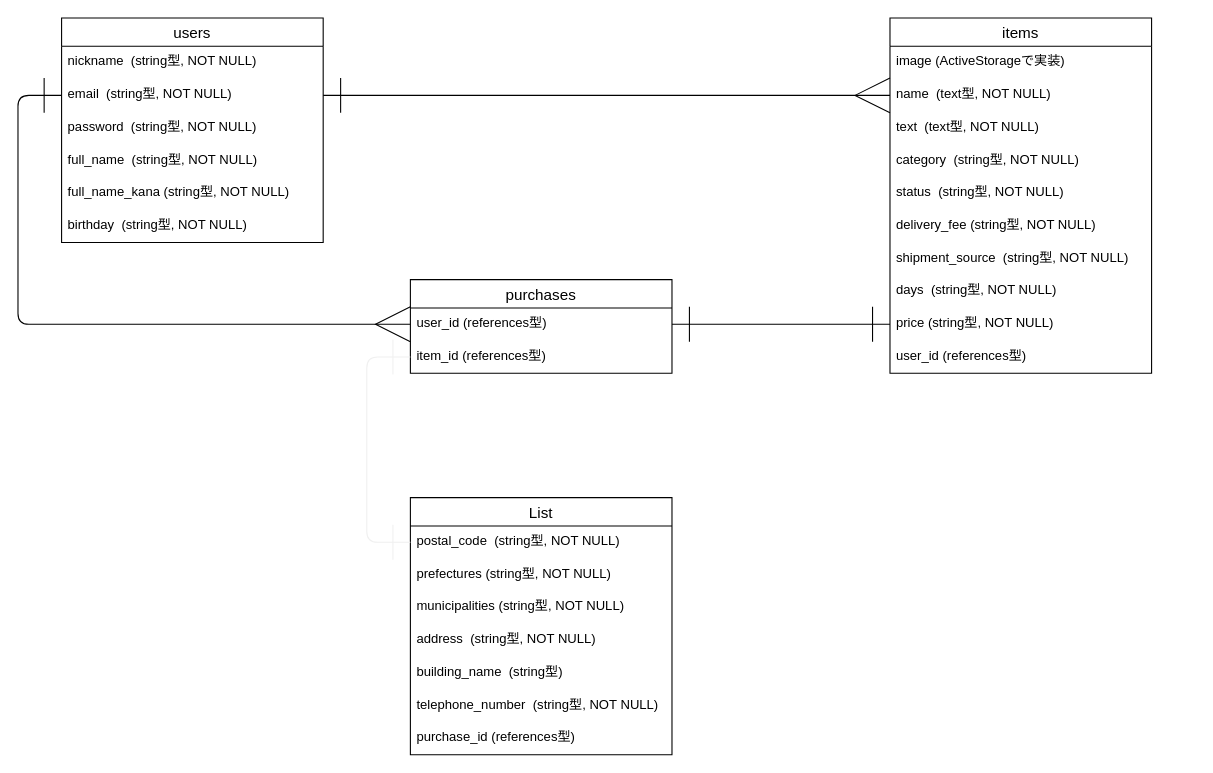
Earlier version of the draw.io diagram furima-35985.dio (kazusayahazu/furima-35985). Source tidied: cells renumbered, new cells numbered last; positions are measured from the earlier drawing's top-left corner, leaving out a move shared by most shapes. Both pictures are drawn from the tidied source at 109%, with x=0, y=0 at pixel (61, 17).
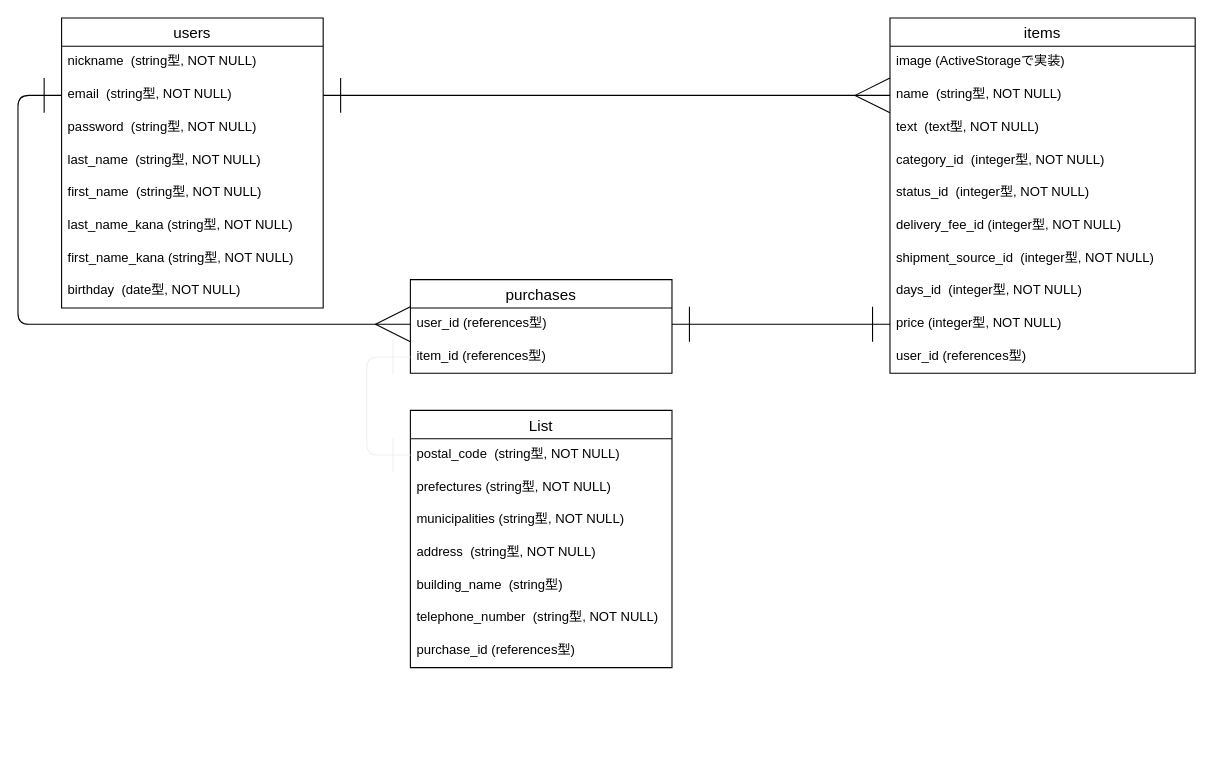
The same diagram, later.

Commit message (it also covers changes not shown here):
データベース設計（修正分）

The edit, as a diff of the source:
```diff
@@
     <mxCell id="2" value="users" style="swimlane;fontStyle=0;horizontal=1;startSize=26;align=center;fontSize=14;" parent="1" vertex="1">
-      <mxGeometry width="240" height="206" as="geometry" />
+      <mxGeometry width="240" height="266" as="geometry" />
     </mxCell>
@@
-    <mxCell id="6" value="full_name  (string型, NOT NULL)" style="text;strokeColor=none;fillColor=none;spacingLeft=4;spacingRight=4;overflow=hidden;fontSize=12;" parent="2" vertex="1">
+    <mxCell id="6" value="last_name  (string型, NOT NULL)" style="text;strokeColor=none;fillColor=none;spacingLeft=4;spacingRight=4;overflow=hidden;fontSize=12;" parent="2" vertex="1">
       <mxGeometry y="116" width="240" height="30" as="geometry" />
     </mxCell>
+    <mxCell id="35" value="first_name  (string型, NOT NULL)" style="text;strokeColor=none;fillColor=none;spacingLeft=4;spacingRight=4;overflow=hidden;fontSize=12;" parent="2" vertex="1">
+      <mxGeometry y="146" width="240" height="30" as="geometry" />
+    </mxCell>
-    <mxCell id="7" value="full_name_kana (string型, NOT NULL)" style="text;strokeColor=none;fillColor=none;spacingLeft=4;spacingRight=4;overflow=hidden;fontSize=12;" parent="2" vertex="1">
-      <mxGeometry y="146" width="240" height="30" as="geometry" />
+    <mxCell id="7" value="last_name_kana (string型, NOT NULL)" style="text;strokeColor=none;fillColor=none;spacingLeft=4;spacingRight=4;overflow=hidden;fontSize=12;" parent="2" vertex="1">
+      <mxGeometry y="176" width="240" height="30" as="geometry" />
     </mxCell>
+    <mxCell id="36" value="first_name_kana (string型, NOT NULL)" style="text;strokeColor=none;fillColor=none;spacingLeft=4;spacingRight=4;overflow=hidden;fontSize=12;" parent="2" vertex="1">
+      <mxGeometry y="206" width="240" height="30" as="geometry" />
+    </mxCell>
-    <mxCell id="8" value="birthday  (string型, NOT NULL)" style="text;strokeColor=none;fillColor=none;spacingLeft=4;spacingRight=4;overflow=hidden;fontSize=12;" parent="2" vertex="1">
-      <mxGeometry y="176" width="240" height="30" as="geometry" />
+    <mxCell id="8" value="birthday  (date型, NOT NULL)" style="text;strokeColor=none;fillColor=none;spacingLeft=4;spacingRight=4;overflow=hidden;fontSize=12;" parent="2" vertex="1">
+      <mxGeometry y="236" width="240" height="30" as="geometry" />
     </mxCell>
     <mxCell id="9" value="items" style="swimlane;fontStyle=0;horizontal=1;startSize=26;align=center;fontSize=14;" parent="1" vertex="1">
-      <mxGeometry x="760" width="240" height="326" as="geometry" />
+      <mxGeometry x="760" width="280" height="326" as="geometry" />
     </mxCell>
     <mxCell id="10" value="image (ActiveStorageで実装)" style="text;strokeColor=none;fillColor=none;spacingLeft=4;spacingRight=4;overflow=hidden;fontSize=12;" parent="9" vertex="1">
-      <mxGeometry y="26" width="240" height="30" as="geometry" />
+      <mxGeometry y="26" width="280" height="30" as="geometry" />
     </mxCell>
-    <mxCell id="11" value="name  (text型, NOT NULL)" style="text;strokeColor=none;fillColor=none;spacingLeft=4;spacingRight=4;overflow=hidden;points=[[0,0.5],[1,0.5]];portConstraint=eastwest;fontSize=12;" parent="9" vertex="1">
-      <mxGeometry y="56" width="240" height="30" as="geometry" />
+    <mxCell id="11" value="name  (string型, NOT NULL)" style="text;strokeColor=none;fillColor=none;spacingLeft=4;spacingRight=4;overflow=hidden;points=[[0,0.5],[1,0.5]];portConstraint=eastwest;fontSize=12;" parent="9" vertex="1">
+      <mxGeometry y="56" width="280" height="30" as="geometry" />
     </mxCell>
     <mxCell id="12" value="text  (text型, NOT NULL)" style="text;strokeColor=none;fillColor=none;spacingLeft=4;spacingRight=4;overflow=hidden;fontSize=12;" parent="9" vertex="1">
-      <mxGeometry y="86" width="240" height="30" as="geometry" />
+      <mxGeometry y="86" width="280" height="30" as="geometry" />
     </mxCell>
-    <mxCell id="13" value="category  (string型, NOT NULL)" style="text;strokeColor=none;fillColor=none;spacingLeft=4;spacingRight=4;overflow=hidden;fontSize=12;" parent="9" vertex="1">
-      <mxGeometry y="116" width="240" height="30" as="geometry" />
+    <mxCell id="13" value="category_id  (integer型, NOT NULL)" style="text;strokeColor=none;fillColor=none;spacingLeft=4;spacingRight=4;overflow=hidden;fontSize=12;" parent="9" vertex="1">
+      <mxGeometry y="116" width="280" height="30" as="geometry" />
     </mxCell>
-    <mxCell id="14" value="status  (string型, NOT NULL)" style="text;strokeColor=none;fillColor=none;spacingLeft=4;spacingRight=4;overflow=hidden;fontSize=12;" parent="9" vertex="1">
-      <mxGeometry y="146" width="240" height="30" as="geometry" />
+    <mxCell id="14" value="status_id  (integer型, NOT NULL)" style="text;strokeColor=none;fillColor=none;spacingLeft=4;spacingRight=4;overflow=hidden;fontSize=12;" parent="9" vertex="1">
+      <mxGeometry y="146" width="280" height="30" as="geometry" />
     </mxCell>
-    <mxCell id="15" value="delivery_fee (string型, NOT NULL)" style="text;strokeColor=none;fillColor=none;spacingLeft=4;spacingRight=4;overflow=hidden;fontSize=12;" parent="9" vertex="1">
-      <mxGeometry y="176" width="240" height="30" as="geometry" />
+    <mxCell id="15" value="delivery_fee_id (integer型, NOT NULL)" style="text;strokeColor=none;fillColor=none;spacingLeft=4;spacingRight=4;overflow=hidden;fontSize=12;" parent="9" vertex="1">
+      <mxGeometry y="176" width="280" height="30" as="geometry" />
     </mxCell>
-    <mxCell id="16" value="shipment_source  (string型, NOT NULL)" style="text;strokeColor=none;fillColor=none;spacingLeft=4;spacingRight=4;overflow=hidden;fontSize=12;" parent="9" vertex="1">
-      <mxGeometry y="206" width="240" height="30" as="geometry" />
+    <mxCell id="16" value="shipment_source_id  (integer型, NOT NULL)" style="text;strokeColor=none;fillColor=none;spacingLeft=4;spacingRight=4;overflow=hidden;fontSize=12;" parent="9" vertex="1">
+      <mxGeometry y="206" width="280" height="30" as="geometry" />
     </mxCell>
-    <mxCell id="17" value="days  (string型, NOT NULL)" style="text;strokeColor=none;fillColor=none;spacingLeft=4;spacingRight=4;overflow=hidden;fontSize=12;" parent="9" vertex="1">
-      <mxGeometry y="236" width="240" height="30" as="geometry" />
+    <mxCell id="17" value="days_id  (integer型, NOT NULL)" style="text;strokeColor=none;fillColor=none;spacingLeft=4;spacingRight=4;overflow=hidden;fontSize=12;" parent="9" vertex="1">
+      <mxGeometry y="236" width="280" height="30" as="geometry" />
     </mxCell>
-    <mxCell id="18" value="price (string型, NOT NULL)" style="text;strokeColor=none;fillColor=none;spacingLeft=4;spacingRight=4;overflow=hidden;points=[[0,0.5],[1,0.5]];portConstraint=eastwest;fontSize=12;" parent="9" vertex="1">
-      <mxGeometry y="266" width="240" height="30" as="geometry" />
+    <mxCell id="18" value="price (integer型, NOT NULL)" style="text;strokeColor=none;fillColor=none;spacingLeft=4;spacingRight=4;overflow=hidden;points=[[0,0.5],[1,0.5]];portConstraint=eastwest;fontSize=12;" parent="9" vertex="1">
+      <mxGeometry y="266" width="280" height="30" as="geometry" />
     </mxCell>
     <mxCell id="19" value="user_id (references型)" style="text;strokeColor=none;fillColor=none;spacingLeft=4;spacingRight=4;overflow=hidden;fontSize=12;" parent="9" vertex="1">
-      <mxGeometry y="296" width="240" height="30" as="geometry" />
+      <mxGeometry y="296" width="280" height="30" as="geometry" />
     </mxCell>
@@
     <mxCell id="23" value="List" style="swimlane;fontStyle=0;horizontal=1;startSize=26;align=center;fontSize=14;" parent="1" vertex="1">
-      <mxGeometry x="320" y="440" width="240" height="236" as="geometry" />
+      <mxGeometry x="320" y="360" width="240" height="236" as="geometry" />
     </mxCell>
```
